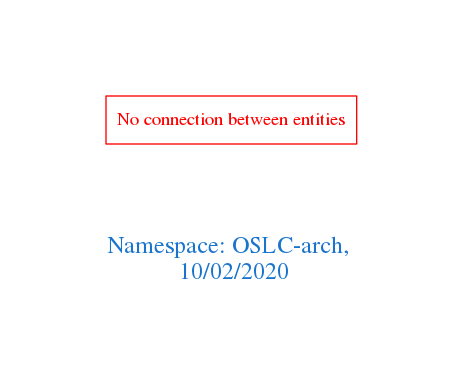
This is downloads/OSLC-arch.png from arago/OGIT, a Graphviz export, as it was before one commit. Its source is kept beside it as downloads/OSLC-arch.dot.
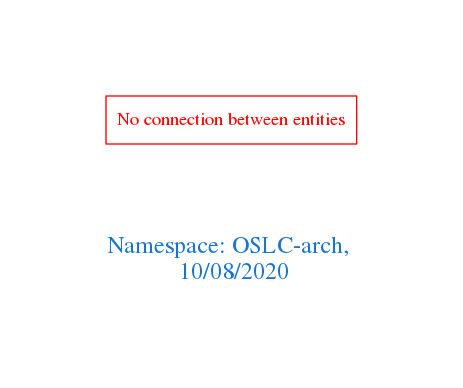
Later version of the same file.

Change to the diagram source:
```diff
@@ -1,7 +1,7 @@
 digraph OGIT_ontology {
  graph [ rankdir= LR,pad=1
 fontsize = 18,
-fontcolor= dodgerblue3,label = "\n\n\nNamespace: OSLC-arch, \n 10/02/2020"];
+fontcolor= dodgerblue3,label = "\n\n\nNamespace: OSLC-arch, \n 10/08/2020"];
 node[shape=polygon];
 edge [  color="gray81"];
 
```
